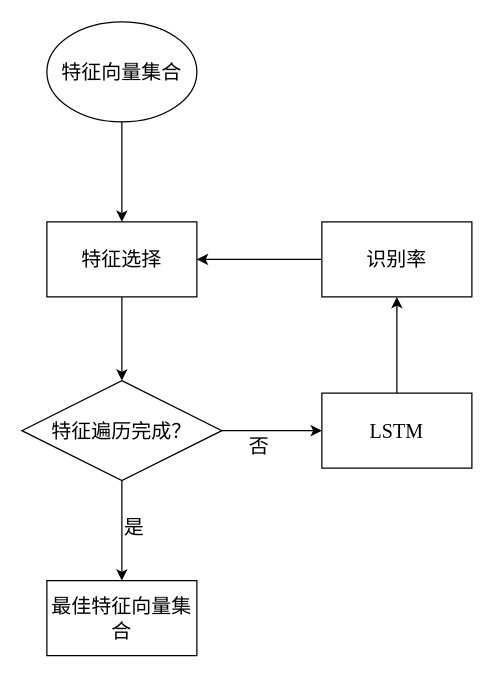
The draw.io diagram 特征选择流程图.drawio in ByronGe/ff, before the edit. Source tidied: cells renumbered, new cells numbered last; positions are measured from the earlier drawing's top-left corner, leaving out a move shared by most shapes. Both pictures are drawn from the tidied source at 125%, with x=0, y=0 at pixel (21, 21).
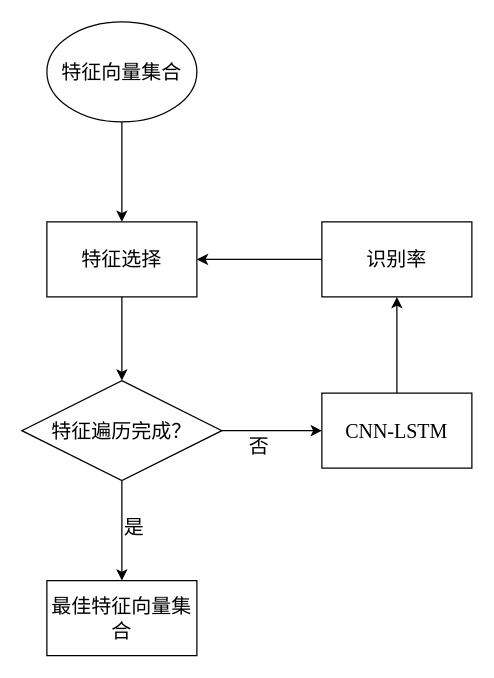
After the change.

Commit message:
Update 特征选择流程图.drawio

What changed in the source:
```diff
@@
 <mxGraphModel>
   <root>
     <mxCell id="0" />
     <mxCell id="1" parent="0" />
     <mxCell id="2" style="edgeStyle=orthogonalEdgeStyle;rounded=0;jettySize=auto;html=1;fontSize=16;fontFamily=Times New Roman;" parent="1" edge="1" source="3">
       <mxGeometry relative="1" as="geometry">
         <mxPoint x="80" y="160" as="targetPoint" />
       </mxGeometry>
     </mxCell>
     <mxCell id="3" value="特征向量集合" style="ellipse;whiteSpace=wrap;html=1;fontSize=16;fontFamily=Times New Roman;" parent="1" vertex="1">
       <mxGeometry x="20" width="120" height="80" as="geometry" />
     </mxCell>
     <mxCell id="4" style="edgeStyle=orthogonalEdgeStyle;rounded=0;jettySize=auto;html=1;fontSize=16;fontFamily=Times New Roman;" parent="1" edge="1" source="5">
       <mxGeometry relative="1" as="geometry">
         <mxPoint x="80" y="287" as="targetPoint" />
       </mxGeometry>
     </mxCell>
     <mxCell id="5" value="特征选择" style="rounded=0;whiteSpace=wrap;html=1;fontSize=16;fontFamily=Times New Roman;" parent="1" vertex="1">
       <mxGeometry x="20" y="160" width="120" height="60" as="geometry" />
     </mxCell>
     <mxCell id="6" style="edgeStyle=orthogonalEdgeStyle;rounded=0;jettySize=auto;html=1;fontSize=16;fontFamily=Times New Roman;" parent="1" edge="1" source="8">
       <mxGeometry relative="1" as="geometry">
         <mxPoint x="240" y="327" as="targetPoint" />
       </mxGeometry>
     </mxCell>
     <mxCell id="7" style="edgeStyle=orthogonalEdgeStyle;rounded=0;jettySize=auto;html=1;fontSize=16;fontFamily=Times New Roman;" parent="1" edge="1" source="8">
       <mxGeometry relative="1" as="geometry">
         <mxPoint x="80" y="447" as="targetPoint" />
       </mxGeometry>
     </mxCell>
     <mxCell id="8" value="特征遍历完成？" style="rhombus;whiteSpace=wrap;html=1;fontSize=16;fontFamily=Times New Roman;" parent="1" vertex="1">
       <mxGeometry y="287" width="160" height="80" as="geometry" />
     </mxCell>
     <mxCell id="9" style="edgeStyle=orthogonalEdgeStyle;rounded=0;jettySize=auto;html=1;fontSize=16;fontFamily=Times New Roman;" parent="1" edge="1" source="10" target="12">
       <mxGeometry relative="1" as="geometry" />
     </mxCell>
-    <mxCell id="10" value="LSTM" style="rounded=0;whiteSpace=wrap;html=1;fontSize=16;fontFamily=Times New Roman;" parent="1" vertex="1">
+    <mxCell id="10" value="CNN-LSTM" style="rounded=0;whiteSpace=wrap;html=1;fontSize=16;fontFamily=Times New Roman;" parent="1" vertex="1">
       <mxGeometry x="240" y="297" width="120" height="60" as="geometry" />
     </mxCell>
     <mxCell id="11" style="edgeStyle=orthogonalEdgeStyle;rounded=0;jettySize=auto;html=1;entryX=1;entryY=0.5;entryDx=0;entryDy=0;fontSize=16;fontFamily=Times New Roman;" parent="1" edge="1" source="12" target="5">
       <mxGeometry relative="1" as="geometry" />
     </mxCell>
     <mxCell id="12" value="识别率" style="rounded=0;whiteSpace=wrap;html=1;fontSize=16;fontFamily=Times New Roman;" parent="1" vertex="1">
       <mxGeometry x="240" y="160" width="120" height="60" as="geometry" />
     </mxCell>
     <mxCell id="13" value="最佳特征向量集合" style="rounded=0;whiteSpace=wrap;html=1;fontSize=16;fontFamily=Times New Roman;" parent="1" vertex="1">
       <mxGeometry x="20" y="447" width="120" height="60" as="geometry" />
     </mxCell>
     <mxCell id="14" value="是" style="text;html=1;align=left;verticalAlign=top;spacingTop=-4;fontSize=16;fontFamily=Times New Roman;" parent="1" vertex="1">
       <mxGeometry x="80" y="391.5" width="30" height="10" as="geometry" />
     </mxCell>
     <mxCell id="15" value="否" style="text;html=1;align=left;verticalAlign=top;spacingTop=-4;fontSize=16;fontFamily=Times New Roman;" parent="1" vertex="1">
       <mxGeometry x="180" y="327" width="30" height="10" as="geometry" />
     </mxCell>
   </root>
 </mxGraphModel>
```
